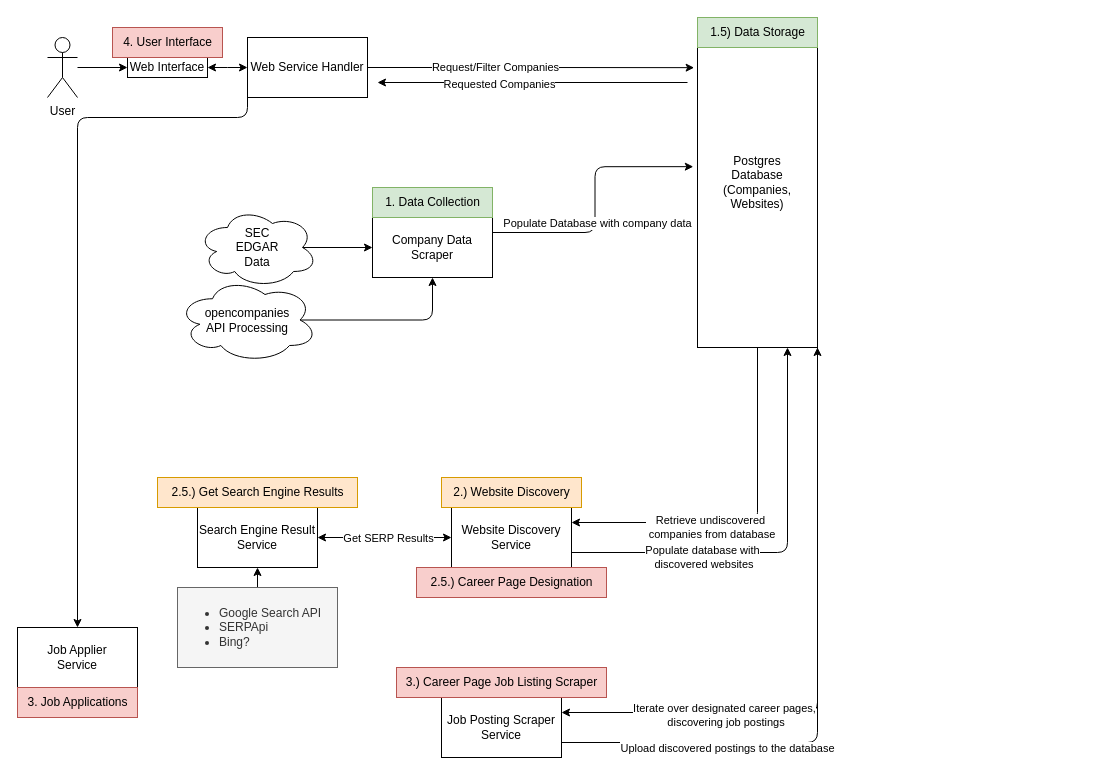
Earlier version of the draw.io diagram system_diagram.drawio (EatonWu/search_and_apply). Source tidied: cells renumbered, new cells numbered last; positions are measured from the earlier drawing's top-left corner, leaving out a move shared by most shapes. Both pictures are drawn from the tidied source at 100%, with x=0, y=0 at pixel (17, 17).
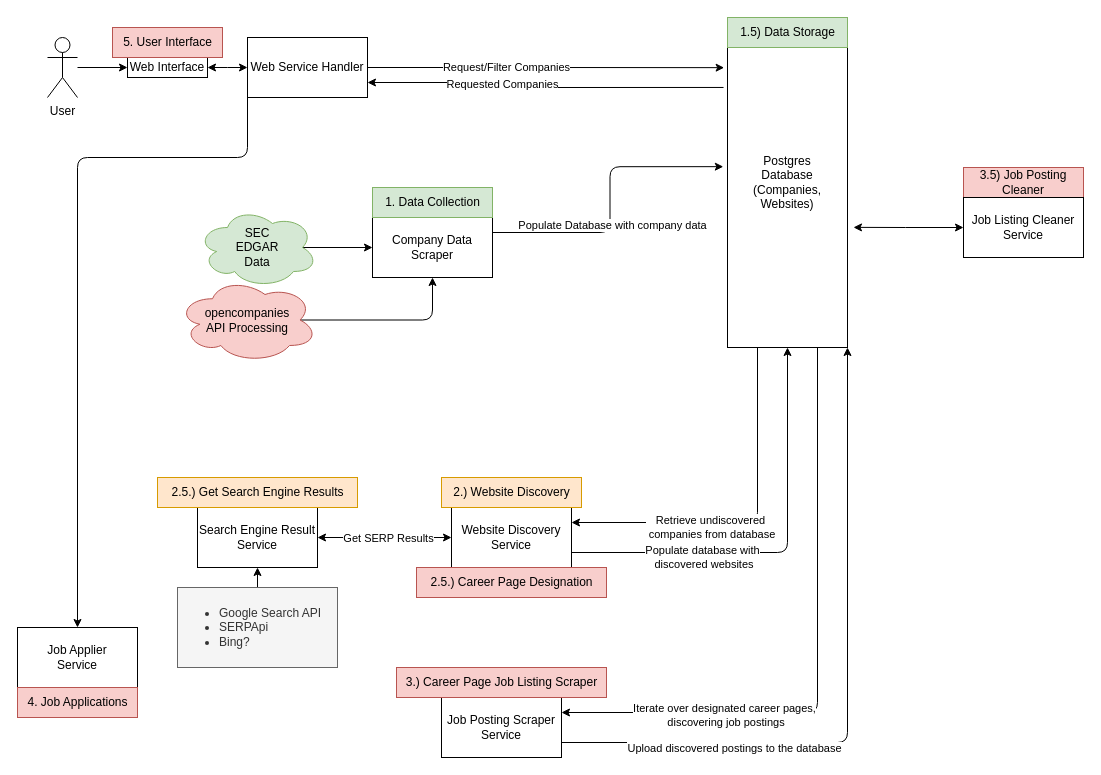
The same diagram, later.

Commit message (it also covers changes not shown here):
Updated system diagram

The change refers to these unchanged cells:
```xml
<mxCell id="16" value="Web Service Handler&lt;br&gt;" style="rounded=0;whiteSpace=wrap;html=1;" parent="1" vertex="1">
  <mxGeometry x="230" y="20" width="120" height="60" as="geometry" />
</mxCell>
<mxCell id="17" value="Job Applier&lt;br&gt;Service" style="rounded=0;whiteSpace=wrap;html=1;" parent="1" vertex="1">
  <mxGeometry y="610" width="120" height="60" as="geometry" />
</mxCell>
<mxCell id="18" value="Website Discovery Service" style="rounded=0;whiteSpace=wrap;html=1;" parent="1" vertex="1">
  <mxGeometry x="434" y="490" width="120" height="60" as="geometry" />
</mxCell>
<mxCell id="36" value="Job Posting Scraper Service" style="whiteSpace=wrap;html=1;" parent="1" vertex="1">
  <mxGeometry x="424" y="680" width="120" height="60" as="geometry" />
</mxCell>
```

Change to the diagram source:
```diff
@@
-    <mxCell id="6" style="edgeStyle=orthogonalEdgeStyle;rounded=0;orthogonalLoop=1;jettySize=auto;html=1;" parent="1" edge="1">
-      <mxGeometry relative="1" as="geometry">
-        <mxPoint x="670" y="65" as="sourcePoint" />
-        <mxPoint x="360" y="65" as="targetPoint" />
-      </mxGeometry>
+    <mxCell id="6" style="edgeStyle=orthogonalEdgeStyle;rounded=0;jettySize=auto;html=1;entryX=1;entryY=0.75;entryDx=0;entryDy=0;exitX=-0.033;exitY=0.212;exitDx=0;exitDy=0;exitPerimeter=0;" parent="1" edge="1" source="12" target="16">
+      <mxGeometry relative="1" as="geometry" />
     </mxCell>
@@
-    <mxCell id="8" style="edgeStyle=orthogonalEdgeStyle;jettySize=auto;html=1;exitX=0.5;exitY=1;exitDx=0;exitDy=0;entryX=1;entryY=0.25;entryDx=0;entryDy=0;" parent="1" edge="1" source="12" target="18">
+    <mxCell id="8" style="edgeStyle=orthogonalEdgeStyle;jettySize=auto;html=1;exitX=0.25;exitY=1;exitDx=0;exitDy=0;entryX=1;entryY=0.25;entryDx=0;entryDy=0;" parent="1" edge="1" source="12" target="18">
       <mxGeometry relative="1" as="geometry" />
     </mxCell>
@@
-    <mxCell id="10" style="edgeStyle=orthogonalEdgeStyle;jettySize=auto;html=1;exitX=1;exitY=1;exitDx=0;exitDy=0;entryX=1;entryY=0.25;entryDx=0;entryDy=0;" parent="1" edge="1" source="12" target="36">
+    <mxCell id="10" style="edgeStyle=orthogonalEdgeStyle;jettySize=auto;html=1;exitX=0.75;exitY=1;exitDx=0;exitDy=0;entryX=1;entryY=0.25;entryDx=0;entryDy=0;" parent="1" edge="1" source="12" target="36">
       <mxGeometry relative="1" as="geometry" />
     </mxCell>
@@
     <mxCell id="12" value="Postgres&lt;br&gt;Database&lt;br&gt;(Companies, Websites)" style="rounded=0;whiteSpace=wrap;html=1;" parent="1" vertex="1">
-      <mxGeometry x="680" width="120" height="330" as="geometry" />
+      <mxGeometry x="710" width="120" height="330" as="geometry" />
     </mxCell>
@@
-    <mxCell id="15" style="edgeStyle=orthogonalEdgeStyle;jettySize=auto;html=1;exitX=0;exitY=0.75;exitDx=0;exitDy=0;entryX=0.5;entryY=0;entryDx=0;entryDy=0;" parent="1" edge="1" source="16" target="17">
+    <mxCell id="15" style="edgeStyle=orthogonalEdgeStyle;jettySize=auto;html=1;exitX=0;exitY=1;exitDx=0;exitDy=0;entryX=0.5;entryY=0;entryDx=0;entryDy=0;" parent="1" edge="1" source="16" target="17">
       <mxGeometry relative="1" as="geometry">
         <Array as="points">
-          <mxPoint x="230" y="100" />
-          <mxPoint x="60" y="100" />
+          <mxPoint x="230" y="140" />
+          <mxPoint x="60" y="140" />
         </Array>
       </mxGeometry>
     </mxCell>
@@
-    <mxCell id="21" style="edgeStyle=orthogonalEdgeStyle;jettySize=auto;html=1;entryX=0.75;entryY=1;entryDx=0;entryDy=0;exitX=1;exitY=0.75;exitDx=0;exitDy=0;" parent="1" edge="1" source="18" target="12">
+    <mxCell id="21" style="edgeStyle=orthogonalEdgeStyle;jettySize=auto;html=1;entryX=0.5;entryY=1;entryDx=0;entryDy=0;exitX=1;exitY=0.75;exitDx=0;exitDy=0;" parent="1" edge="1" source="18" target="12">
       <mxGeometry relative="1" as="geometry">
         <Array as="points">
           <mxPoint x="770" y="535" />
         </Array>
       </mxGeometry>
     </mxCell>
@@
-    <mxCell id="25" value="SEC&lt;br&gt;EDGAR&lt;br&gt;Data" style="ellipse;shape=cloud;whiteSpace=wrap;html=1;" parent="1" vertex="1">
+    <mxCell id="25" value="SEC&lt;br&gt;EDGAR&lt;br&gt;Data" style="ellipse;shape=cloud;whiteSpace=wrap;html=1;fillColor=#d5e8d4;strokeColor=#82b366;" parent="1" vertex="1">
       <mxGeometry x="180" y="190" width="120" height="80" as="geometry" />
     </mxCell>
@@
-    <mxCell id="27" value="opencompanies&lt;br&gt;API Processing" style="ellipse;shape=cloud;whiteSpace=wrap;html=1;" parent="1" vertex="1">
+    <mxCell id="27" value="opencompanies&lt;br&gt;API Processing" style="ellipse;shape=cloud;whiteSpace=wrap;html=1;fillColor=#f8cecc;strokeColor=#b85450;" parent="1" vertex="1">
       <mxGeometry x="160" y="260" width="140" height="85" as="geometry" />
     </mxCell>
@@
-    <mxCell id="30" value="3. Job Applications" style="text;html=1;align=center;verticalAlign=middle;strokeColor=#b85450;fillColor=#f8cecc;" parent="1" vertex="1">
+    <mxCell id="30" value="4. Job Applications" style="text;html=1;align=center;verticalAlign=middle;strokeColor=#b85450;fillColor=#f8cecc;" parent="1" vertex="1">
       <mxGeometry y="670" width="120" height="30" as="geometry" />
     </mxCell>
-    <mxCell id="31" value="4. User Interface" style="text;html=1;align=center;verticalAlign=middle;strokeColor=#b85450;fillColor=#f8cecc;" parent="1" vertex="1">
+    <mxCell id="31" value="5. User Interface" style="text;html=1;align=center;verticalAlign=middle;strokeColor=#b85450;fillColor=#f8cecc;" parent="1" vertex="1">
       <mxGeometry x="95" y="10" width="110" height="30" as="geometry" />
     </mxCell>
     <mxCell id="32" value="1.5) Data Storage" style="text;html=1;align=center;verticalAlign=middle;strokeColor=#82b366;fillColor=#d5e8d4;" parent="1" vertex="1">
-      <mxGeometry x="680" width="120" height="30" as="geometry" />
+      <mxGeometry x="710" width="120" height="30" as="geometry" />
     </mxCell>
@@
+    <mxCell id="44" value="3.5) Job Posting Cleaner" style="whiteSpace=wrap;html=1;fillColor=#f8cecc;strokeColor=#b85450;" parent="1" vertex="1">
+      <mxGeometry x="946" y="150" width="120" height="30" as="geometry" />
+    </mxCell>
+    <mxCell id="45" value="Job Listing Cleaner Service" style="whiteSpace=wrap;html=1;" parent="1" vertex="1">
+      <mxGeometry x="946" y="180" width="120" height="60" as="geometry" />
+    </mxCell>
+    <mxCell id="46" style="edgeStyle=orthogonalEdgeStyle;rounded=0;jettySize=auto;html=1;entryX=1.05;entryY=0.636;entryDx=0;entryDy=0;entryPerimeter=0;startArrow=classic;startFill=1;" parent="1" edge="1" source="45" target="12">
+      <mxGeometry relative="1" as="geometry" />
+    </mxCell>
```
